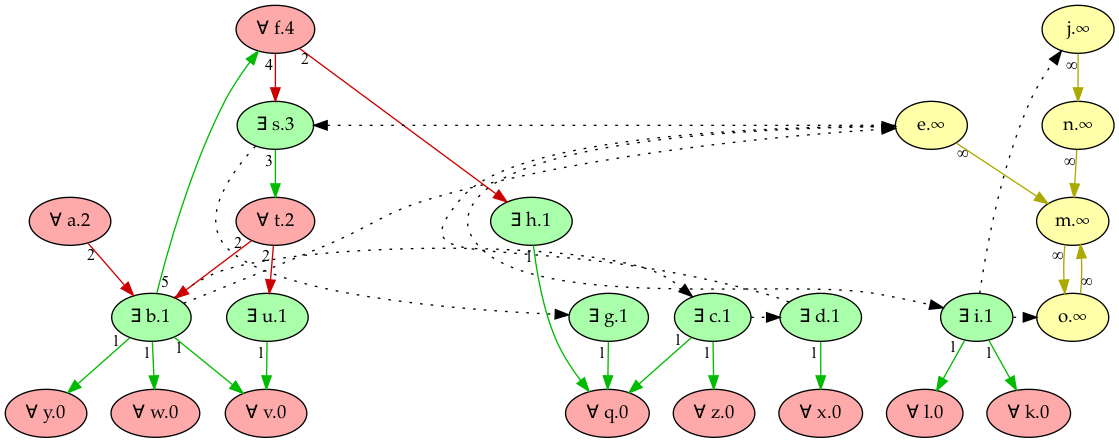
idaks/Games-and-Argumentation keeps this Graphviz diagram as Refactor/imgs/clean_game_wfs.png. Above is the earlier version. Its source is kept beside it as Refactor/imgs/clean_game_wfs.dot.
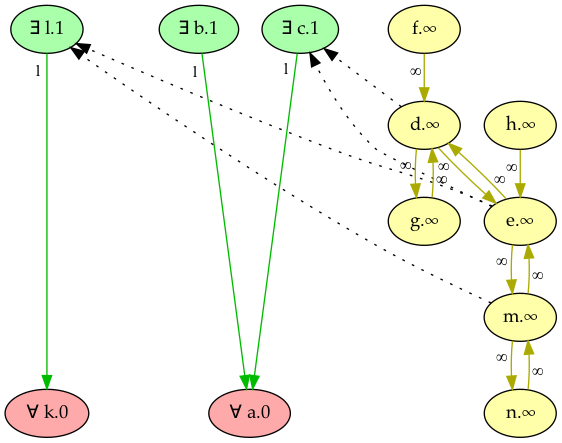
Later version of the same file.

Change to the diagram source:
```diff
@@ -2,72 +2,41 @@
     rankdir="TB"
     node [style=filled fontname="Palatino" fontsize=14]
     node [fillcolor="#AAFFAA"]
-    "u" [label="∃ u.1"]
+    "l" [label="∃ l.1"]
+    "c" [label="∃ c.1"]
     "b" [label="∃ b.1"]
-    "c" [label="∃ c.1"]
-    "d" [label="∃ d.1"]
-    "i" [label="∃ i.1"]
-    "g" [label="∃ g.1"]
-    "h" [label="∃ h.1"]
-    "s" [label="∃ s.3"]
     node [fillcolor="#FFAAAA"]
-    "v" [label="∀ v.0"]
-    "z" [label="∀ z.0"]
-    "y" [label="∀ y.0"]
-    "x" [label="∀ x.0"]
-    "w" [label="∀ w.0"]
-    "q" [label="∀ q.0"]
-    "l" [label="∀ l.0"]
+    "a" [label="∀ a.0"]
     "k" [label="∀ k.0"]
-    "a" [label="∀ a.2"]
-    "t" [label="∀ t.2"]
-    "f" [label="∀ f.4"]
     node [fillcolor="#FFFFAA"]
-    "j" [label="j.∞"]
+    "d" [label="d.∞"]
     "e" [label="e.∞"]
-    "o" [label="o.∞"]
+    "m" [label="m.∞"]
+    "f" [label="f.∞"]
+    "g" [label="g.∞"]
+    "h" [label="h.∞"]
     "n" [label="n.∞"]
-    "m" [label="m.∞"]
-    edge[labeldistance=1 fontsize=12]
-    edge [color="#CC0000" style="solid" dir="forward" taillabel="2"]
-           "a" -> "b"
-           "t" -> "b"
-           "f" -> "h"
-           "t" -> "u"
-    edge [color="#00BB00" style="solid" dir="forward" taillabel="5"]
-           "b" -> "f"
+    edge[labeldistance=1.5 fontsize=12]
     edge [color="#00BB00" style="solid" dir="forward" taillabel="1"]
-           "i" -> "k"
-           "i" -> "l"
-           "g" -> "q"
-           "h" -> "q"
-           "c" -> "q"
-           "b" -> "v"
-           "u" -> "v"
-           "b" -> "w"
-           "d" -> "x"
-           "b" -> "y"
-           "c" -> "z"
+           "b" -> "a"
+           "c" -> "a"
+           "l" -> "k"
     edge [color="#AAAA00" style="solid" dir="forward" taillabel="∞"]
+           "e" -> "d"
+           "d" -> "e"
+           "m" -> "e"
            "e" -> "m"
-           "o" -> "m"
+           "f" -> "d"
+           "g" -> "d"
+           "d" -> "g"
+           "h" -> "e"
            "n" -> "m"
-           "j" -> "n"
-           "m" -> "o"
-    edge [color="#CC0000" style="solid" dir="forward" taillabel="4"]
-           "f" -> "s"
-    edge [color="#00BB00" style="solid" dir="forward" taillabel="3"]
-           "s" -> "t"
+           "m" -> "n"
     edge [color="black" style="dotted" dir="forward" taillabel="" constraint=false]
-           "b" -> "c"
-           "c" -> "d"
-           "b" -> "e"
-           "d" -> "e"
-           "s" -> "g"
-           "e" -> "i"
-           "i" -> "j"
-           "i" -> "o"
-           "e" -> "s"
-    {rank = max v z y x w q l k}
-    {rank = min f}
+           "d" -> "c"
+           "e" -> "c"
+           "e" -> "l"
+           "m" -> "l"
+    {rank = max a k}
+    {rank = min l c b}
 }
```
